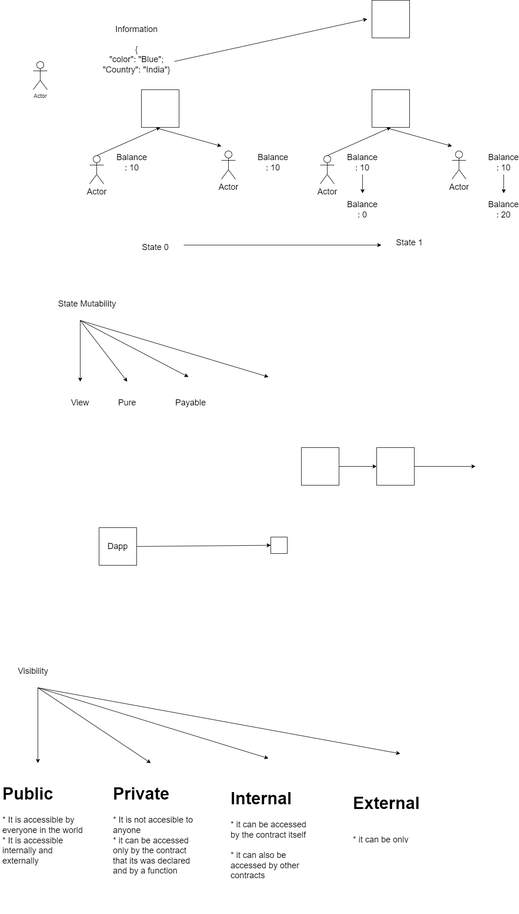
Before: day7.drawio.png, a diagram exported from draw.io (Web3-courses/Diagrams). Source tidied: cells renumbered, new cells last; positions are measured from the earlier drawing's top-left corner, leaving out a move shared by most shapes.
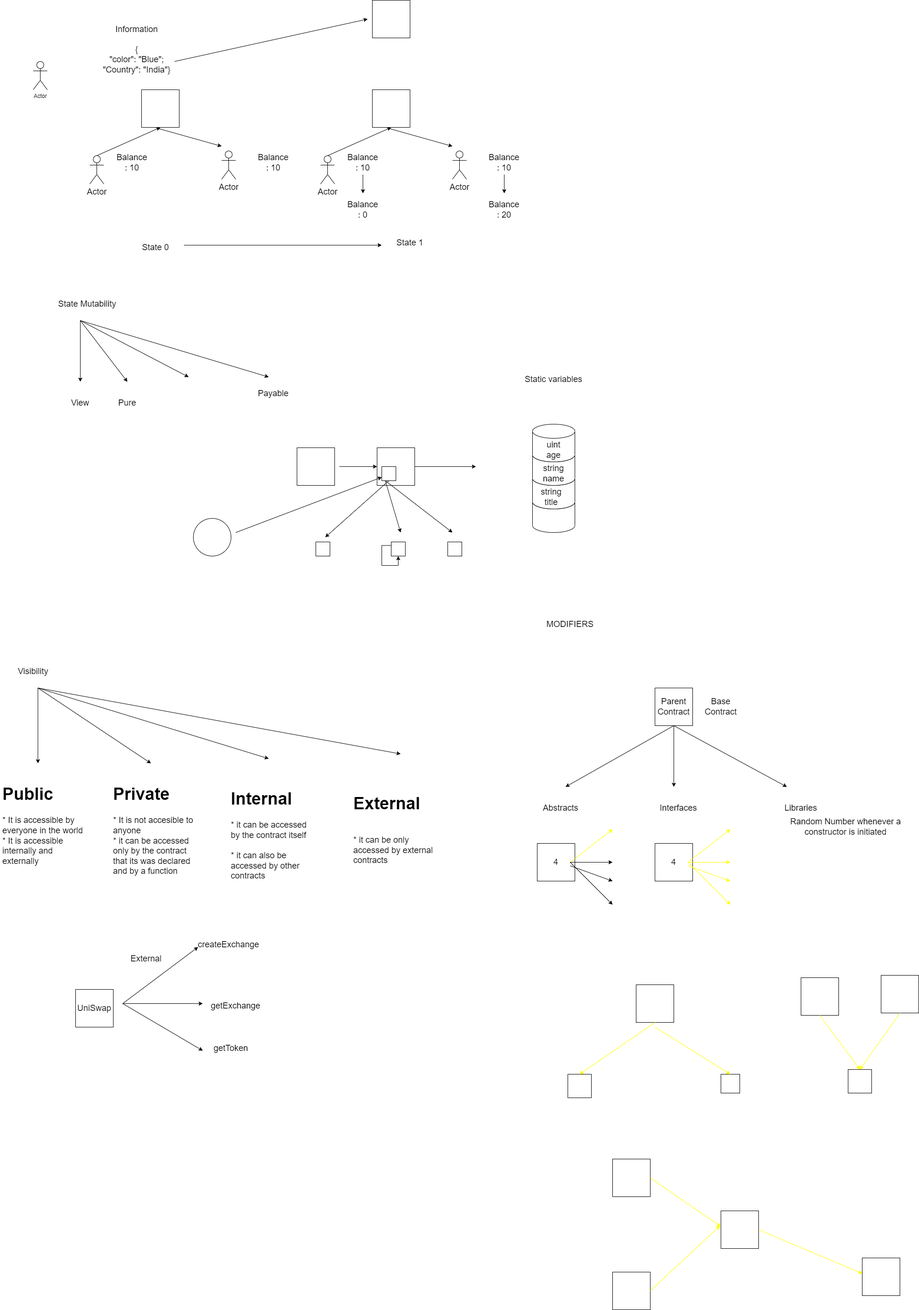
After the change.

Diff of the diagram source:
```diff
@@ -121,7 +121,7 @@
       <mxGeometry x="240" y="840" width="60" height="30" as="geometry" />
     </mxCell>
     <mxCell id="33" value="Payable" style="text;html=1;strokeColor=none;fillColor=none;align=center;verticalAlign=middle;whiteSpace=wrap;rounded=0;fontSize=18;" parent="1" vertex="1">
-      <mxGeometry x="375" y="840" width="60" height="30" as="geometry" />
+      <mxGeometry x="550" y="820" width="60" height="30" as="geometry" />
     </mxCell>
     <mxCell id="34" style="endArrow=classic;html=1;rounded=0;fontSize=18;" parent="1" edge="1">
       <mxGeometry relative="1" as="geometry">
@@ -130,31 +130,21 @@
       </mxGeometry>
     </mxCell>
     <mxCell id="35" style="whiteSpace=wrap;html=1;fontSize=18;" parent="1" vertex="1">
-      <mxGeometry x="210" y="1120" width="80" height="80" as="geometry" />
+      <mxGeometry x="630" y="950" width="80" height="80" as="geometry" />
     </mxCell>
-    <mxCell id="36" value="Dapp" style="text;html=1;strokeColor=none;fillColor=none;align=center;verticalAlign=middle;whiteSpace=wrap;rounded=0;fontSize=18;" parent="1" vertex="1">
-      <mxGeometry x="220" y="1145" width="60" height="30" as="geometry" />
-    </mxCell>
-    <mxCell id="37" style="whiteSpace=wrap;html=1;fontSize=18;" parent="1" vertex="1">
-      <mxGeometry x="640" y="950" width="80" height="80" as="geometry" />
-    </mxCell>
     <mxCell id="38" style="whiteSpace=wrap;html=1;fontSize=18;" parent="1" vertex="1">
       <mxGeometry x="800" y="950" width="80" height="80" as="geometry" />
     </mxCell>
-    <mxCell id="39" style="endArrow=classic;html=1;rounded=0;fontSize=18;exitX=1;exitY=0.5;exitDx=0;exitDy=0;entryX=0;entryY=0.5;entryDx=0;entryDy=0;" parent="1" edge="1" source="37" target="38">
-      <mxGeometry relative="1" as="geometry" />
+    <mxCell id="39" style="endArrow=classic;html=1;rounded=0;fontSize=18;exitX=1;exitY=0.5;exitDx=0;exitDy=0;entryX=0;entryY=0.5;entryDx=0;entryDy=0;" parent="1" edge="1" target="38">
+      <mxGeometry relative="1" as="geometry">
+        <mxPoint x="720" y="990" as="sourcePoint" />
+      </mxGeometry>
     </mxCell>
     <mxCell id="40" style="endArrow=classic;html=1;rounded=0;fontSize=18;exitX=1;exitY=0.5;exitDx=0;exitDy=0;" parent="1" edge="1" source="38">
       <mxGeometry relative="1" as="geometry">
         <mxPoint x="1010" y="990" as="targetPoint" />
       </mxGeometry>
     </mxCell>
-    <mxCell id="41" style="whiteSpace=wrap;html=1;fontSize=18;" parent="1" vertex="1">
-      <mxGeometry x="575" y="1140" width="35" height="35" as="geometry" />
-    </mxCell>
-    <mxCell id="42" style="endArrow=classic;html=1;rounded=0;fontSize=18;exitX=1;exitY=0.5;exitDx=0;exitDy=0;entryX=0;entryY=0.5;entryDx=0;entryDy=0;" parent="1" edge="1" source="35" target="41">
-      <mxGeometry relative="1" as="geometry" />
-    </mxCell>
     <mxCell id="43" value="Visibility" style="text;html=1;strokeColor=none;fillColor=none;align=center;verticalAlign=middle;whiteSpace=wrap;rounded=0;fontSize=18;" parent="1" vertex="1">
       <mxGeometry x="40" y="1410" width="60" height="30" as="geometry" />
     </mxCell>
@@ -192,7 +182,251 @@
       <mxGeometry x="485" y="1660" width="190" height="250" as="geometry" />
     </mxCell>
     <mxCell id="51" value="&lt;h1&gt;External&lt;/h1&gt;&lt;div&gt;&lt;br&gt;&lt;/div&gt;&lt;div&gt;* it can be only accessed by external contracts&lt;/div&gt;" style="text;html=1;strokeColor=none;fillColor=none;spacing=5;spacingTop=-20;whiteSpace=wrap;overflow=hidden;rounded=0;fontSize=18;" parent="1" vertex="1">
-      <mxGeometry x="745" y="1670" width="190" height="120" as="geometry" />
+      <mxGeometry x="745" y="1670" width="190" height="220" as="geometry" />
     </mxCell>
+    <mxCell id="52" style="whiteSpace=wrap;html=1;fontSize=18;" parent="1" vertex="1">
+      <mxGeometry x="160" y="2100" width="80" height="80" as="geometry" />
+    </mxCell>
+    <mxCell id="53" value="UniSwap" style="text;html=1;strokeColor=none;fillColor=none;align=center;verticalAlign=middle;whiteSpace=wrap;rounded=0;fontSize=18;" parent="1" vertex="1">
+      <mxGeometry x="170" y="2125" width="60" height="30" as="geometry" />
+    </mxCell>
+    <mxCell id="54" style="endArrow=classic;html=1;rounded=0;fontSize=18;" parent="1" edge="1">
+      <mxGeometry relative="1" as="geometry">
+        <mxPoint x="260" y="2130" as="sourcePoint" />
+        <mxPoint x="420" y="2010" as="targetPoint" />
+      </mxGeometry>
+    </mxCell>
+    <mxCell id="55" style="endArrow=classic;html=1;rounded=0;fontSize=18;" parent="1" edge="1">
+      <mxGeometry relative="1" as="geometry">
+        <mxPoint x="260" y="2130" as="sourcePoint" />
+        <mxPoint x="430" y="2130" as="targetPoint" />
+      </mxGeometry>
+    </mxCell>
+    <mxCell id="56" style="endArrow=classic;html=1;rounded=0;fontSize=18;" parent="1" edge="1">
+      <mxGeometry relative="1" as="geometry">
+        <mxPoint x="260" y="2130" as="sourcePoint" />
+        <mxPoint x="430" y="2230" as="targetPoint" />
+      </mxGeometry>
+    </mxCell>
+    <mxCell id="57" value="createExchange" style="text;html=1;strokeColor=none;fillColor=none;align=center;verticalAlign=middle;whiteSpace=wrap;rounded=0;fontSize=18;" parent="1" vertex="1">
+      <mxGeometry x="455" y="1990" width="60" height="30" as="geometry" />
+    </mxCell>
+    <mxCell id="58" value="getExchange" style="text;html=1;strokeColor=none;fillColor=none;align=center;verticalAlign=middle;whiteSpace=wrap;rounded=0;fontSize=18;" parent="1" vertex="1">
+      <mxGeometry x="470" y="2120" width="60" height="30" as="geometry" />
+    </mxCell>
+    <mxCell id="59" value="getToken" style="text;html=1;strokeColor=none;fillColor=none;align=center;verticalAlign=middle;whiteSpace=wrap;rounded=0;fontSize=18;" parent="1" vertex="1">
+      <mxGeometry x="460" y="2210" width="60" height="30" as="geometry" />
+    </mxCell>
+    <mxCell id="60" value="External" style="text;html=1;strokeColor=none;fillColor=none;align=center;verticalAlign=middle;whiteSpace=wrap;rounded=0;fontSize=18;" parent="1" vertex="1">
+      <mxGeometry x="280" y="2020" width="60" height="30" as="geometry" />
+    </mxCell>
+    <mxCell id="61" value="MODIFIERS" style="text;html=1;strokeColor=none;fillColor=none;align=center;verticalAlign=middle;whiteSpace=wrap;rounded=0;fontSize=18;" parent="1" vertex="1">
+      <mxGeometry x="1180" y="1310" width="60" height="30" as="geometry" />
+    </mxCell>
+    <mxCell id="62" style="whiteSpace=wrap;html=1;fontSize=18;" parent="1" vertex="1">
+      <mxGeometry x="810" y="990" width="30" height="30" as="geometry" />
+    </mxCell>
+    <mxCell id="63" style="endArrow=classic;html=1;rounded=0;fontSize=18;exitX=0.5;exitY=1;exitDx=0;exitDy=0;" parent="1" edge="1" source="62">
+      <mxGeometry relative="1" as="geometry">
+        <mxPoint x="690" y="1140" as="targetPoint" />
+      </mxGeometry>
+    </mxCell>
+    <mxCell id="64" style="endArrow=classic;html=1;rounded=0;fontSize=18;exitX=0.25;exitY=1;exitDx=0;exitDy=0;" parent="1" edge="1" source="62">
+      <mxGeometry relative="1" as="geometry">
+        <mxPoint x="850" y="1130" as="targetPoint" />
+      </mxGeometry>
+    </mxCell>
+    <mxCell id="65" style="endArrow=classic;html=1;rounded=0;fontSize=18;exitX=0.25;exitY=1;exitDx=0;exitDy=0;" parent="1" edge="1" source="62">
+      <mxGeometry relative="1" as="geometry">
+        <mxPoint x="960" y="1130" as="targetPoint" />
+      </mxGeometry>
+    </mxCell>
+    <mxCell id="66" style="whiteSpace=wrap;html=1;fontSize=18;" parent="1" vertex="1">
+      <mxGeometry x="670" y="1150" width="30" height="30" as="geometry" />
+    </mxCell>
+    <mxCell id="67" style="whiteSpace=wrap;html=1;fontSize=18;" parent="1" vertex="1">
+      <mxGeometry x="830" y="1150" width="30" height="30" as="geometry" />
+    </mxCell>
+    <mxCell id="68" style="whiteSpace=wrap;html=1;fontSize=18;" parent="1" vertex="1">
+      <mxGeometry x="950" y="1150" width="30" height="30" as="geometry" />
+    </mxCell>
+    <mxCell id="69" style="ellipse;whiteSpace=wrap;html=1;fontSize=18;" parent="1" vertex="1">
+      <mxGeometry x="410" y="1100" width="80" height="80" as="geometry" />
+    </mxCell>
+    <mxCell id="70" style="endArrow=classic;html=1;rounded=0;fontSize=18;entryX=0;entryY=0.75;entryDx=0;entryDy=0;" parent="1" edge="1" target="62">
+      <mxGeometry relative="1" as="geometry">
+        <mxPoint x="500" y="1130" as="sourcePoint" />
+      </mxGeometry>
+    </mxCell>
+    <mxCell id="71" style="shape=cylinder3;whiteSpace=wrap;html=1;boundedLbl=1;backgroundOutline=1;size=15;fontSize=18;" parent="1" vertex="1">
+      <mxGeometry x="1130" y="1050" width="90" height="80" as="geometry" />
+    </mxCell>
+    <mxCell id="72" style="shape=cylinder3;whiteSpace=wrap;html=1;boundedLbl=1;backgroundOutline=1;size=15;fontSize=18;" parent="1" vertex="1">
+      <mxGeometry x="1130" y="1000" width="90" height="80" as="geometry" />
+    </mxCell>
+    <mxCell id="73" style="shape=cylinder3;whiteSpace=wrap;html=1;boundedLbl=1;backgroundOutline=1;size=15;fontSize=18;" parent="1" vertex="1">
+      <mxGeometry x="1130" y="950" width="90" height="80" as="geometry" />
+    </mxCell>
+    <mxCell id="74" style="shape=cylinder3;whiteSpace=wrap;html=1;boundedLbl=1;backgroundOutline=1;size=15;fontSize=18;" parent="1" vertex="1">
+      <mxGeometry x="1130" y="900" width="90" height="80" as="geometry" />
+    </mxCell>
+    <mxCell id="75" value="Static variables" style="text;html=1;strokeColor=none;fillColor=none;align=center;verticalAlign=middle;whiteSpace=wrap;rounded=0;fontSize=18;" parent="1" vertex="1">
+      <mxGeometry x="1100" y="790" width="150" height="30" as="geometry" />
+    </mxCell>
+    <mxCell id="76" value="uint age" style="text;html=1;strokeColor=none;fillColor=none;align=center;verticalAlign=middle;whiteSpace=wrap;rounded=0;fontSize=18;" parent="1" vertex="1">
+      <mxGeometry x="1145" y="940" width="60" height="30" as="geometry" />
+    </mxCell>
+    <mxCell id="77" value="string name" style="text;html=1;strokeColor=none;fillColor=none;align=center;verticalAlign=middle;whiteSpace=wrap;rounded=0;fontSize=18;" parent="1" vertex="1">
+      <mxGeometry x="1145" y="990" width="60" height="30" as="geometry" />
+    </mxCell>
+    <mxCell id="78" value="string title" style="text;html=1;strokeColor=none;fillColor=none;align=center;verticalAlign=middle;whiteSpace=wrap;rounded=0;fontSize=18;" parent="1" vertex="1">
+      <mxGeometry x="1140" y="1040" width="60" height="30" as="geometry" />
+    </mxCell>
+    <mxCell id="79" style="edgeStyle=orthogonalEdgeStyle;rounded=0;orthogonalLoop=1;jettySize=auto;html=1;exitX=0;exitY=0.25;exitDx=0;exitDy=0;fontSize=18;" parent="1" edge="1" source="67" target="67">
+      <mxGeometry relative="1" as="geometry" />
+    </mxCell>
+    <mxCell id="80" style="whiteSpace=wrap;html=1;fontSize=18;" parent="1" vertex="1">
+      <mxGeometry x="1390" y="1460" width="80" height="80" as="geometry" />
+    </mxCell>
+    <mxCell id="81" value="Parent Contract" style="text;html=1;strokeColor=none;fillColor=none;align=center;verticalAlign=middle;whiteSpace=wrap;rounded=0;fontSize=18;" parent="1" vertex="1">
+      <mxGeometry x="1400" y="1485" width="60" height="30" as="geometry" />
+    </mxCell>
+    <mxCell id="82" value="Base Contract" style="text;html=1;strokeColor=none;fillColor=none;align=center;verticalAlign=middle;whiteSpace=wrap;rounded=0;fontSize=18;" parent="1" vertex="1">
+      <mxGeometry x="1500" y="1485" width="60" height="30" as="geometry" />
+    </mxCell>
+    <mxCell id="83" style="endArrow=classic;html=1;rounded=0;fontSize=18;exitX=0.5;exitY=1;exitDx=0;exitDy=0;" parent="1" edge="1" source="80">
+      <mxGeometry relative="1" as="geometry">
+        <mxPoint x="1200" y="1670" as="targetPoint" />
+      </mxGeometry>
+    </mxCell>
+    <mxCell id="84" style="endArrow=classic;html=1;rounded=0;fontSize=18;" parent="1" edge="1">
+      <mxGeometry relative="1" as="geometry">
+        <mxPoint x="1430" y="1540" as="sourcePoint" />
+        <mxPoint x="1430" y="1670" as="targetPoint" />
+      </mxGeometry>
+    </mxCell>
+    <mxCell id="85" style="endArrow=classic;html=1;rounded=0;fontSize=18;" parent="1" edge="1">
+      <mxGeometry relative="1" as="geometry">
+        <mxPoint x="1430" y="1540" as="sourcePoint" />
+        <mxPoint x="1670" y="1670" as="targetPoint" />
+      </mxGeometry>
+    </mxCell>
+    <mxCell id="86" value="Abstracts" style="text;html=1;strokeColor=none;fillColor=none;align=center;verticalAlign=middle;whiteSpace=wrap;rounded=0;fontSize=18;" parent="1" vertex="1">
+      <mxGeometry x="1160" y="1700" width="60" height="30" as="geometry" />
+    </mxCell>
+    <mxCell id="87" value="Interfaces" style="text;html=1;strokeColor=none;fillColor=none;align=center;verticalAlign=middle;whiteSpace=wrap;rounded=0;fontSize=18;" parent="1" vertex="1">
+      <mxGeometry x="1410" y="1700" width="60" height="30" as="geometry" />
+    </mxCell>
+    <mxCell id="88" style="whiteSpace=wrap;html=1;fontSize=18;" parent="1" vertex="1">
+      <mxGeometry x="1140" y="1790" width="80" height="80" as="geometry" />
+    </mxCell>
+    <mxCell id="89" value="4" style="text;html=1;strokeColor=none;fillColor=none;align=center;verticalAlign=middle;whiteSpace=wrap;rounded=0;fontSize=18;" parent="1" vertex="1">
+      <mxGeometry x="1150" y="1815" width="60" height="30" as="geometry" />
+    </mxCell>
+    <mxCell id="90" style="endArrow=classic;html=1;rounded=0;fontSize=18;exitX=1;exitY=0.5;exitDx=0;exitDy=0;fillColor=#FFFF00;strokeColor=#FFFF00;" parent="1" edge="1" source="89">
+      <mxGeometry relative="1" as="geometry">
+        <mxPoint x="1300" y="1760" as="targetPoint" />
+      </mxGeometry>
+    </mxCell>
+    <mxCell id="91" style="endArrow=classic;html=1;rounded=0;fontSize=18;exitX=1;exitY=0.5;exitDx=0;exitDy=0;" parent="1" edge="1" source="89">
+      <mxGeometry relative="1" as="geometry">
+        <mxPoint x="1300" y="1830" as="targetPoint" />
+      </mxGeometry>
+    </mxCell>
+    <mxCell id="92" style="endArrow=classic;html=1;rounded=0;fontSize=18;exitX=1;exitY=0.75;exitDx=0;exitDy=0;" parent="1" edge="1" source="89">
+      <mxGeometry relative="1" as="geometry">
+        <mxPoint x="1300" y="1870" as="targetPoint" />
+      </mxGeometry>
+    </mxCell>
+    <mxCell id="93" style="endArrow=classic;html=1;rounded=0;fontSize=18;exitX=1;exitY=0.5;exitDx=0;exitDy=0;" parent="1" edge="1" source="89">
+      <mxGeometry relative="1" as="geometry">
+        <mxPoint x="1300" y="1920" as="targetPoint" />
+      </mxGeometry>
+    </mxCell>
+    <mxCell id="94" style="whiteSpace=wrap;html=1;fontSize=18;" parent="1" vertex="1">
+      <mxGeometry x="1390" y="1790" width="80" height="80" as="geometry" />
+    </mxCell>
+    <mxCell id="95" value="4" style="text;html=1;strokeColor=none;fillColor=none;align=center;verticalAlign=middle;whiteSpace=wrap;rounded=0;fontSize=18;" parent="1" vertex="1">
+      <mxGeometry x="1400" y="1815" width="60" height="30" as="geometry" />
+    </mxCell>
+    <mxCell id="96" style="endArrow=classic;html=1;rounded=0;fontSize=18;exitX=1;exitY=0.5;exitDx=0;exitDy=0;fillColor=#FFFF00;strokeColor=#FFFF00;" parent="1" edge="1" source="95">
+      <mxGeometry relative="1" as="geometry">
+        <mxPoint x="1550" y="1760" as="targetPoint" />
+      </mxGeometry>
+    </mxCell>
+    <mxCell id="97" style="endArrow=classic;html=1;rounded=0;fontSize=18;exitX=1;exitY=0.5;exitDx=0;exitDy=0;strokeColor=#FFFF00;" parent="1" edge="1" source="95">
+      <mxGeometry relative="1" as="geometry">
+        <mxPoint x="1550" y="1830" as="targetPoint" />
+      </mxGeometry>
+    </mxCell>
+    <mxCell id="98" style="endArrow=classic;html=1;rounded=0;fontSize=18;exitX=1;exitY=0.75;exitDx=0;exitDy=0;strokeColor=#FFFF00;" parent="1" edge="1" source="95">
+      <mxGeometry relative="1" as="geometry">
+        <mxPoint x="1550" y="1870" as="targetPoint" />
+      </mxGeometry>
+    </mxCell>
+    <mxCell id="99" style="endArrow=classic;html=1;rounded=0;fontSize=18;exitX=1;exitY=0.5;exitDx=0;exitDy=0;strokeColor=#FFFF00;" parent="1" edge="1" source="95">
+      <mxGeometry relative="1" as="geometry">
+        <mxPoint x="1550" y="1920" as="targetPoint" />
+      </mxGeometry>
+    </mxCell>
+    <mxCell id="100" value="Libraries" style="text;html=1;strokeColor=none;fillColor=none;align=center;verticalAlign=middle;whiteSpace=wrap;rounded=0;fontSize=18;" parent="1" vertex="1">
+      <mxGeometry x="1670" y="1700" width="60" height="30" as="geometry" />
+    </mxCell>
+    <mxCell id="101" value="Random Number whenever a constructor is initiated" style="text;html=1;strokeColor=none;fillColor=none;align=center;verticalAlign=middle;whiteSpace=wrap;rounded=0;fontSize=18;" parent="1" vertex="1">
+      <mxGeometry x="1650" y="1740" width="290" height="30" as="geometry" />
+    </mxCell>
+    <mxCell id="102" style="whiteSpace=wrap;html=1;fontSize=18;" parent="1" vertex="1">
+      <mxGeometry x="1350" y="2090" width="80" height="80" as="geometry" />
+    </mxCell>
+    <mxCell id="103" style="whiteSpace=wrap;html=1;fontSize=18;" parent="1" vertex="1">
+      <mxGeometry x="1205" y="2280" width="50" height="50" as="geometry" />
+    </mxCell>
+    <mxCell id="104" style="whiteSpace=wrap;html=1;fontSize=18;" parent="1" vertex="1">
+      <mxGeometry x="1530" y="2280" width="40" height="40" as="geometry" />
+    </mxCell>
+    <mxCell id="105" style="endArrow=classic;html=1;rounded=0;fontSize=18;strokeColor=#FFFF00;fillColor=#FFFF00;exitX=0.5;exitY=1;exitDx=0;exitDy=0;entryX=0.5;entryY=0;entryDx=0;entryDy=0;" parent="1" edge="1" source="102" target="103">
+      <mxGeometry relative="1" as="geometry" />
+    </mxCell>
+    <mxCell id="106" style="endArrow=classic;html=1;rounded=0;fontSize=18;strokeColor=#FFFF00;fillColor=#FFFF00;entryX=0.5;entryY=0;entryDx=0;entryDy=0;" parent="1" edge="1" target="104">
+      <mxGeometry relative="1" as="geometry">
+        <mxPoint x="1390" y="2180" as="sourcePoint" />
+      </mxGeometry>
+    </mxCell>
+    <mxCell id="107" style="whiteSpace=wrap;html=1;fontSize=18;" parent="1" vertex="1">
+      <mxGeometry x="1700" y="2075" width="80" height="80" as="geometry" />
+    </mxCell>
+    <mxCell id="108" style="whiteSpace=wrap;html=1;fontSize=18;" parent="1" vertex="1">
+      <mxGeometry x="1800" y="2270" width="50" height="50" as="geometry" />
+    </mxCell>
+    <mxCell id="109" style="endArrow=classic;html=1;rounded=0;fontSize=18;strokeColor=#FFFF00;fillColor=#FFFF00;exitX=0.5;exitY=1;exitDx=0;exitDy=0;entryX=0.5;entryY=0;entryDx=0;entryDy=0;" parent="1" edge="1" source="107" target="108">
+      <mxGeometry relative="1" as="geometry" />
+    </mxCell>
+    <mxCell id="110" style="whiteSpace=wrap;html=1;fontSize=18;" parent="1" vertex="1">
+      <mxGeometry x="1870" y="2070" width="80" height="80" as="geometry" />
+    </mxCell>
+    <mxCell id="111" style="endArrow=classic;html=1;rounded=0;fontSize=18;strokeColor=#FFFF00;fillColor=#FFFF00;exitX=0.5;exitY=1;exitDx=0;exitDy=0;entryX=0.5;entryY=0;entryDx=0;entryDy=0;" parent="1" edge="1" source="110" target="108">
+      <mxGeometry relative="1" as="geometry" />
+    </mxCell>
+    <mxCell id="112" style="whiteSpace=wrap;html=1;fontSize=18;" parent="1" vertex="1">
+      <mxGeometry x="1300" y="2460" width="80" height="80" as="geometry" />
+    </mxCell>
+    <mxCell id="113" style="whiteSpace=wrap;html=1;fontSize=18;" parent="1" vertex="1">
+      <mxGeometry x="1530" y="2570" width="80" height="80" as="geometry" />
+    </mxCell>
+    <mxCell id="114" style="whiteSpace=wrap;html=1;fontSize=18;" parent="1" vertex="1">
+      <mxGeometry x="1830" y="2670" width="80" height="80" as="geometry" />
+    </mxCell>
+    <mxCell id="115" style="endArrow=classic;html=1;rounded=0;fontSize=18;strokeColor=#FFFF00;fillColor=#FFFF00;exitX=1;exitY=0.5;exitDx=0;exitDy=0;entryX=-0.005;entryY=0.418;entryDx=0;entryDy=0;entryPerimeter=0;" parent="1" edge="1" source="112" target="113">
+      <mxGeometry relative="1" as="geometry" />
+    </mxCell>
+    <mxCell id="116" style="endArrow=classic;html=1;rounded=0;fontSize=18;strokeColor=#FFFF00;fillColor=#FFFF00;exitX=1;exitY=0.5;exitDx=0;exitDy=0;entryX=0;entryY=0.413;entryDx=0;entryDy=0;entryPerimeter=0;" parent="1" edge="1" source="113" target="114">
+      <mxGeometry relative="1" as="geometry" />
+    </mxCell>
+    <mxCell id="117" style="whiteSpace=wrap;html=1;fontSize=18;" parent="1" vertex="1">
+      <mxGeometry x="1300" y="2700" width="80" height="80" as="geometry" />
+    </mxCell>
+    <mxCell id="118" style="endArrow=classic;html=1;rounded=0;fontSize=18;strokeColor=#FFFF00;fillColor=#FFFF00;exitX=1;exitY=0.5;exitDx=0;exitDy=0;entryX=-0.025;entryY=0.398;entryDx=0;entryDy=0;entryPerimeter=0;" parent="1" edge="1" source="117" target="113">
+      <mxGeometry relative="1" as="geometry" />
+    </mxCell>
   </root>
 </mxGraphModel>
```
